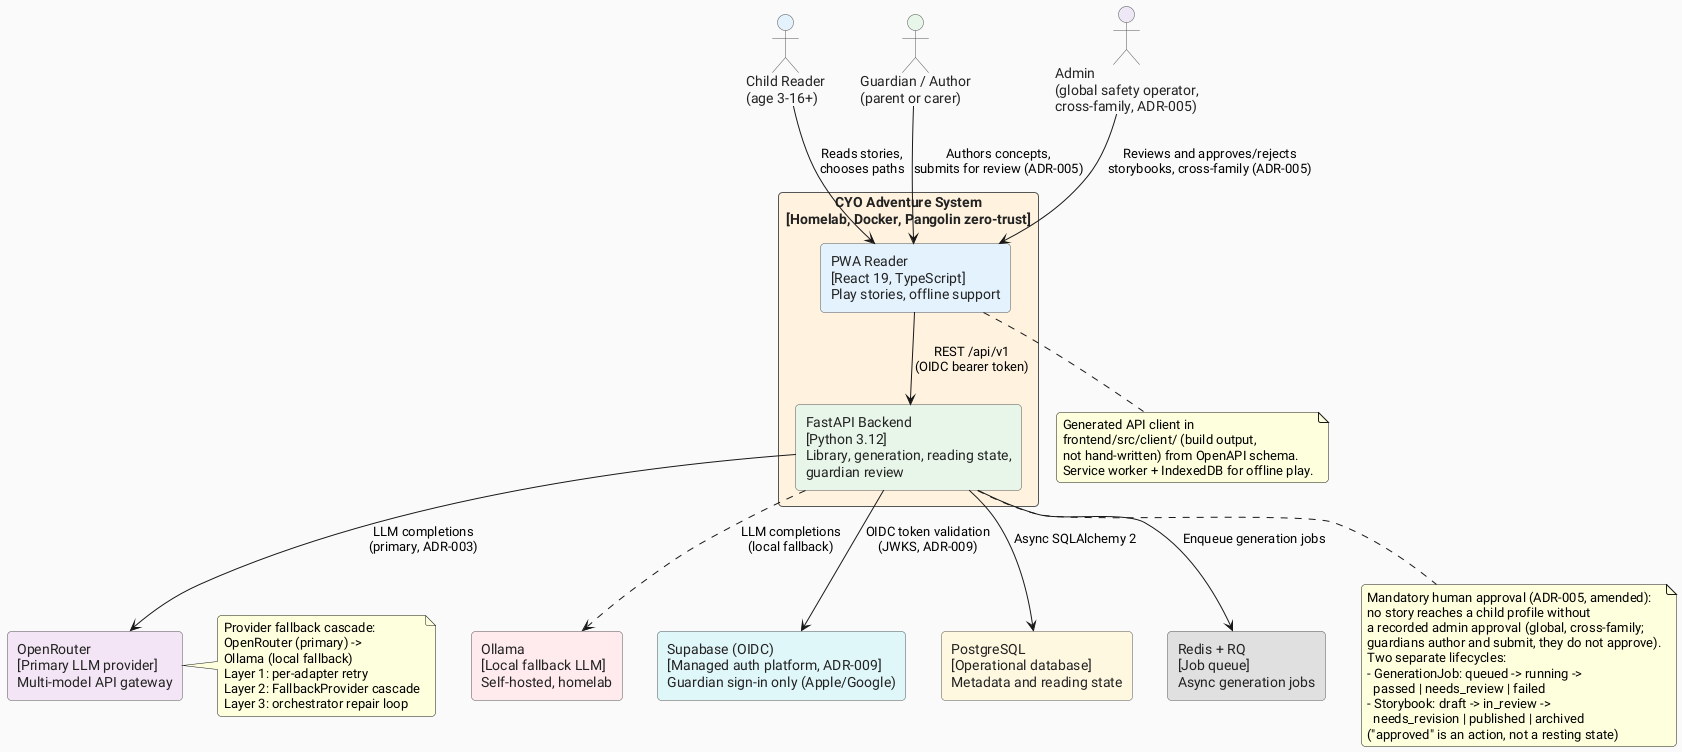
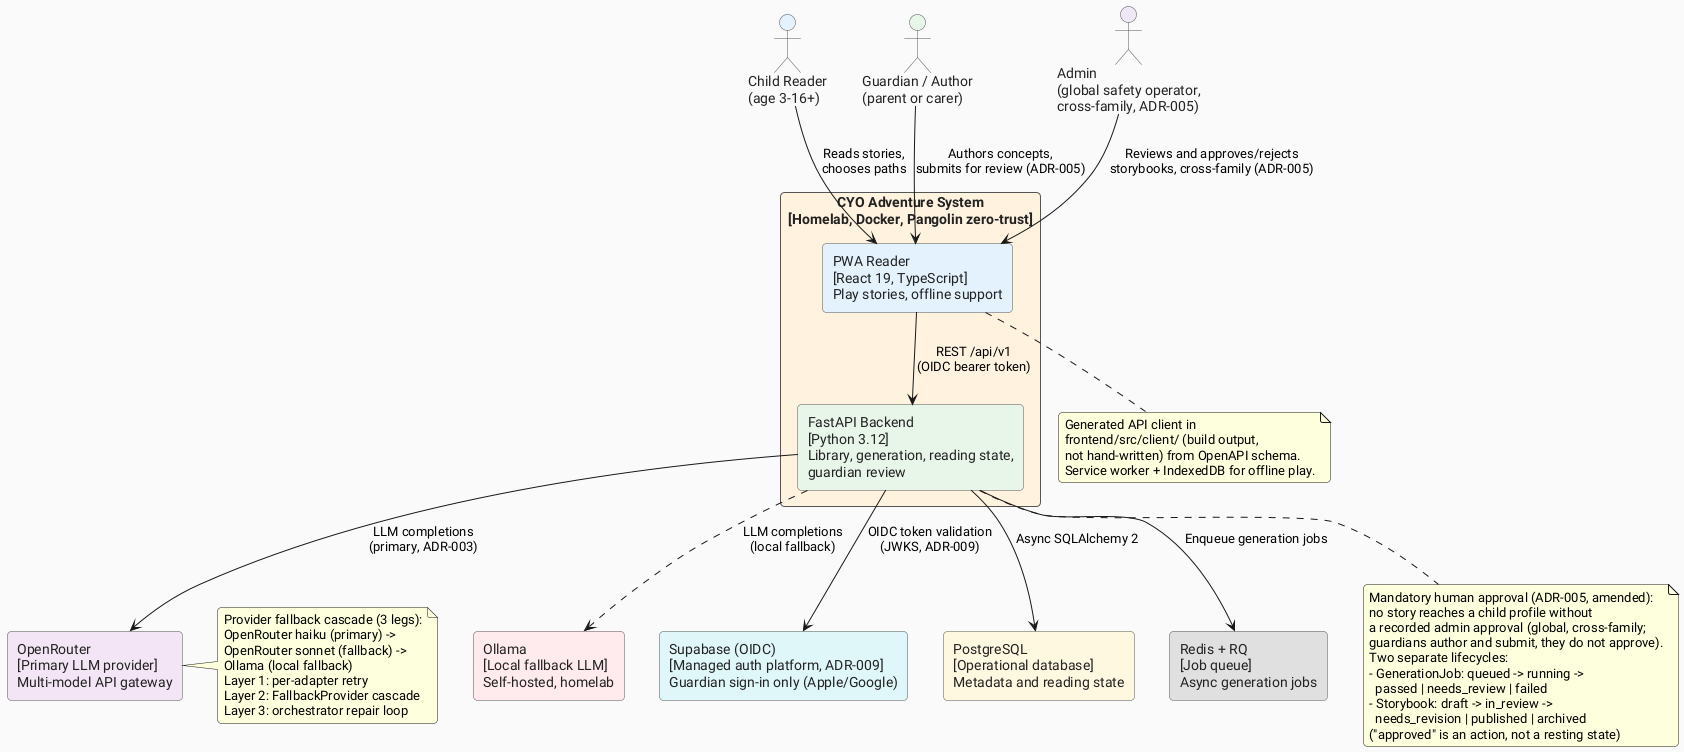
@startuml c4-context
' ============================================================
' C4 Level 1 - System Context Diagram
' CYO Adventure: Choose-Your-Own-Adventure reading app for kids
'
' Source files:
'   src/cyo_adventure/api/deps.py      (Principal/role model: guardian, child, admin)
'   src/cyo_adventure/api/generation.py (guardian-only authoring)
'   src/cyo_adventure/api/reading.py   (child reading endpoints)
'   src/cyo_adventure/db/models.py     (Storybook + GenerationJob lifecycles)
'   docs/planning/adr/adr-005-mandatory-human-approval.md (amended: global-admin approver)
'   docs/planning/adr/adr-003-frontier-llm-generation.md
'   docs/planning/adr/adr-009-supabase-platform.md (Supabase OIDC replaces Authentik)
'   docs/planning/tech-spec.md
' ============================================================

!define ICONURL https://raw.githubusercontent.com/tupadr3/plantuml-icon-font-sprites/v2.4.0
skinparam defaultFontName "Roboto"
skinparam backgroundColor #FAFAFA
skinparam roundCorner 8

skinparam rectangle {
  BorderColor #555555
  FontColor #222222
}

skinparam actor {
  BorderColor #555555
  FontColor #222222
  BackgroundColor #FFFFFF
}

' --- Actors ---
actor "Child Reader\n(age 3-16+)" as child #E3F2FD
actor "Guardian / Author\n(parent or carer)" as guardian #E8F5E9
actor "Admin\n(global safety operator,\ncross-family, ADR-005)" as admin #EDE7F6

' --- System boundary ---
rectangle "CYO Adventure System\n[Homelab, Docker, Pangolin zero-trust]" as system #FFF3E0 {
  rectangle "PWA Reader\n[React 19, TypeScript]\nPlay stories, offline support" as pwa #E3F2FD
  rectangle "FastAPI Backend\n[Python 3.12]\nLibrary, generation, reading state,\nguardian review" as backend #E8F5E9
}

' --- External systems ---
rectangle "OpenRouter\n[Primary LLM provider]\nMulti-model API gateway" as openrouter #F3E5F5
rectangle "Ollama\n[Local fallback LLM]\nSelf-hosted, homelab" as ollama #FFEBEE
rectangle "Supabase (OIDC)\n[Managed auth platform, ADR-009]\nGuardian sign-in only (Apple/Google)" as supabase_auth #E0F7FA
rectangle "PostgreSQL\n[Operational database]\nMetadata and reading state" as postgres #FFF8E1
rectangle "Redis + RQ\n[Job queue]\nAsync generation jobs" as redis #E0E0E0

' --- Relationships ---
child --> pwa : "Reads stories,\nchooses paths"
guardian --> pwa : "Authors concepts,\nsubmits for review (ADR-005)"
admin --> pwa : "Reviews and approves/rejects\nstorybooks, cross-family (ADR-005)"
pwa --> backend : "REST /api/v1\n(OIDC bearer token)"
backend --> openrouter : "LLM completions\n(primary, ADR-003)"
backend ..> ollama : "LLM completions\n(local fallback)"
backend --> supabase_auth : "OIDC token validation\n(JWKS, ADR-009)"
backend --> postgres : "Async SQLAlchemy 2"
backend --> redis : "Enqueue generation jobs"

note bottom of pwa
  Generated API client in
  frontend/src/client/ (build output,
  not hand-written) from OpenAPI schema.
  Service worker + IndexedDB for offline play.
end note

note right of openrouter
-   Provider fallback cascade:
-   OpenRouter (primary) ->
+   Provider fallback cascade (3 legs):
+   OpenRouter haiku (primary) ->
+   OpenRouter sonnet (fallback) ->
  Ollama (local fallback)
  Layer 1: per-adapter retry
  Layer 2: FallbackProvider cascade
  Layer 3: orchestrator repair loop
end note

note bottom of backend
  Mandatory human approval (ADR-005, amended):
  no story reaches a child profile without
  a recorded admin approval (global, cross-family;
  guardians author and submit, they do not approve).
  Two separate lifecycles:
  - GenerationJob: queued -> running ->
    passed | needs_review | failed
  - Storybook: draft -> in_review ->
    needs_revision | published | archived
  ("approved" is an action, not a resting state)
end note

@enduml
